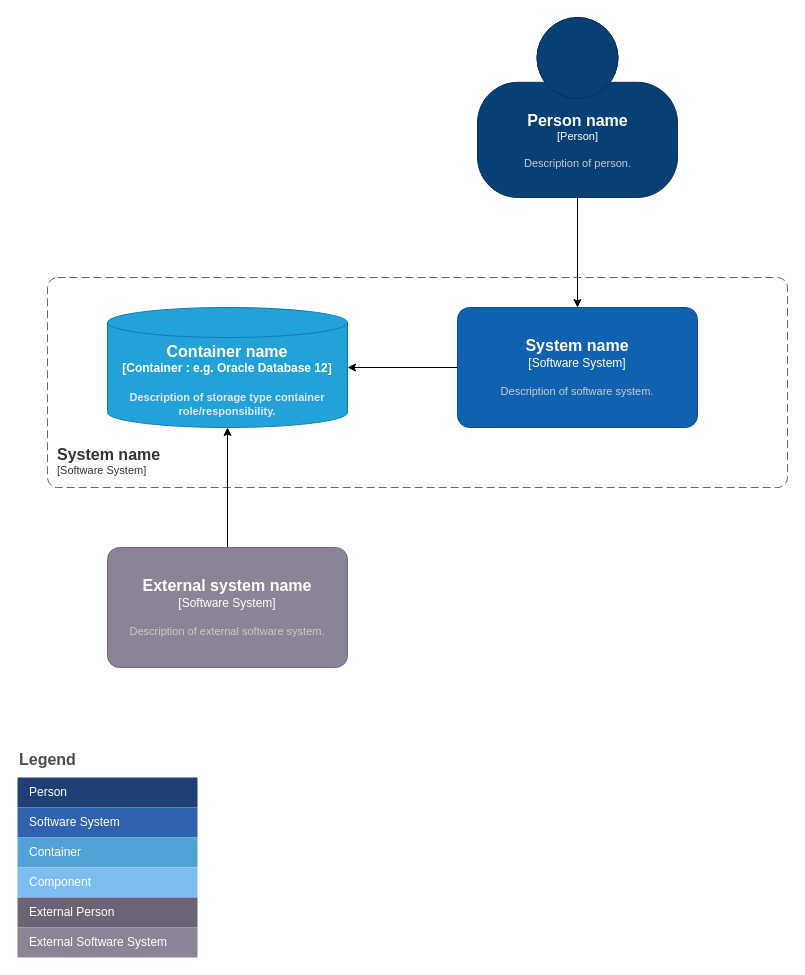
This is docs/desgingtest.drawio from jankb/kotlintest, a draw.io file, before an edit. Source tidied: cells renumbered, new cells numbered last; positions are measured from the earlier drawing's top-left corner, leaving out a move shared by most shapes. Both pictures are drawn from the tidied source at 100%, with x=0, y=0 at pixel (17, 17).
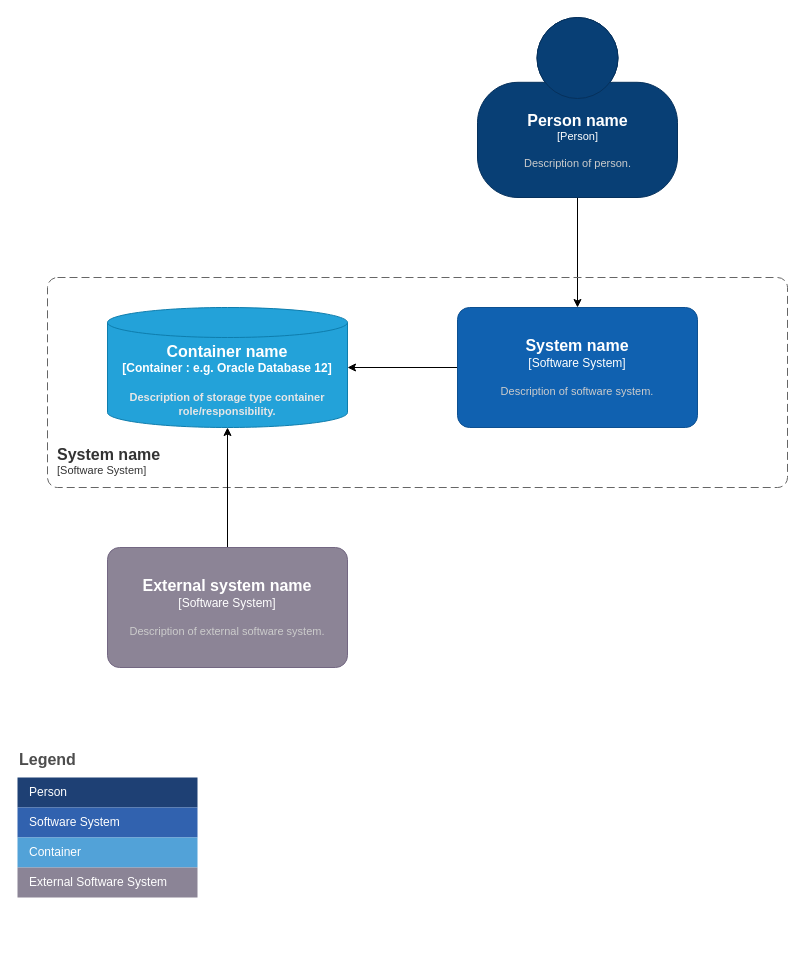
The same diagram, later.

Diff of the diagram source:
```diff
@@
     <mxCell id="11" style="shape=table;html=1;whiteSpace=wrap;startSize=0;childLayout=tableLayout;fillColor=none;align=left;spacingLeft=10;strokeColor=none;rounded=1;arcSize=11;fontColor=#FFFFFF;" parent="1" vertex="1">
-      <mxGeometry y="760" width="180" height="180" as="geometry" />
+      <mxGeometry y="760" width="180" height="120" as="geometry" />
     </mxCell>
@@
-    <mxCell id="15" value="Component" style="shape=partialRectangle;html=1;whiteSpace=wrap;fillColor=#7CBEF1;top=0;left=0;bottom=0;right=0;overflow=hidden;align=left;spacingLeft=10;fontColor=#FFFFFF;" parent="11" vertex="1">
-      <mxGeometry y="90" width="180" height="30" as="geometry" />
-    </mxCell>
-    <mxCell id="16" value="External Person" style="shape=partialRectangle;html=1;whiteSpace=wrap;fillColor=#6B6477;top=0;left=0;bottom=0;right=0;overflow=hidden;align=left;spacingLeft=10;fontColor=#FFFFFF;" parent="11" vertex="1">
-      <mxGeometry y="120" width="180" height="30" as="geometry" />
-    </mxCell>
     <mxCell id="17" value="External Software System" style="shape=partialRectangle;html=1;whiteSpace=wrap;fillColor=#8B8496;top=0;left=0;bottom=0;right=0;overflow=hidden;align=left;spacingLeft=10;fontColor=#FFFFFF;" parent="11" vertex="1">
-      <mxGeometry y="150" width="180" height="30" as="geometry" />
+      <mxGeometry y="90" width="180" height="30" as="geometry" />
     </mxCell>
```
